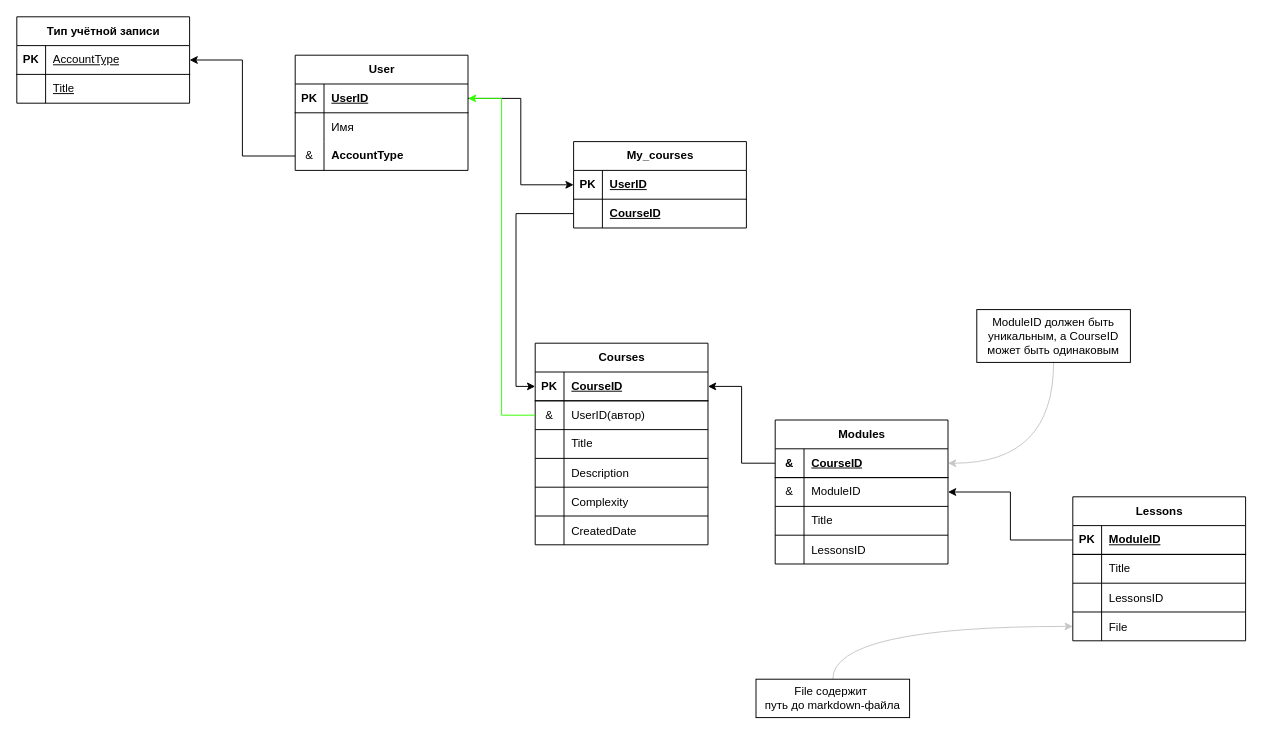
grigoriy-st/YandexLyceum keeps this draw.io diagram as Yandex_lyceum/Python/PyQt_Projects/Gnosi/DB/ER - диаграмма.drawio. Above is the earlier version. Source tidied: cells renumbered, new cells numbered last; positions are measured from the earlier drawing's top-left corner, leaving out a move shared by most shapes. Both pictures are drawn from the tidied source at 96%, with x=0, y=0 at pixel (16, 16).
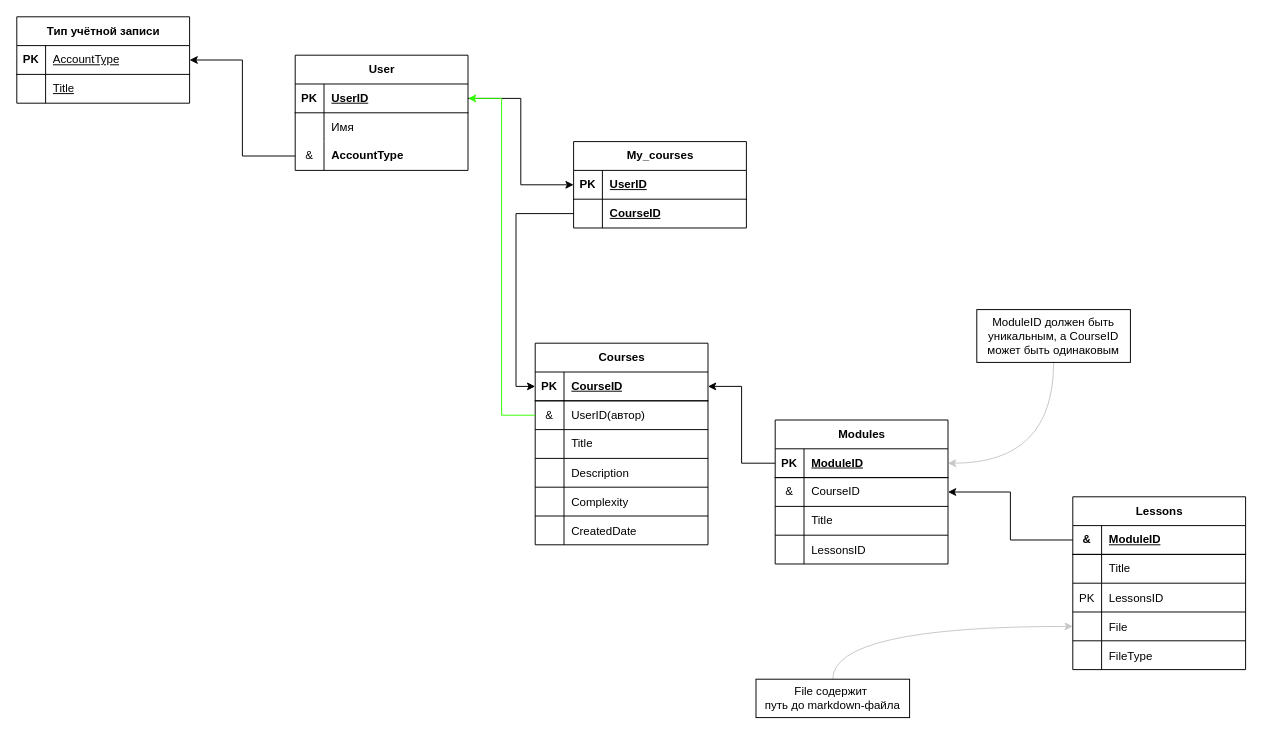
The same diagram, later.

Unchanged cells that the change refers to:
```xml
<mxCell id="50" style="shape=tableRow;horizontal=0;startSize=0;swimlaneHead=0;swimlaneBody=0;fillColor=none;points=[[0,0.5],[1,0.5]];portConstraint=eastwest;top=0;left=0;right=0;bottom=1;" parent="49" vertex="1">
  <mxGeometry y="30" width="180" height="30" as="geometry" />
</mxCell>
<mxCell id="53" style="shape=tableRow;horizontal=0;startSize=0;swimlaneHead=0;swimlaneBody=0;fillColor=none;points=[[0,0.5],[1,0.5]];portConstraint=eastwest;top=0;left=0;right=0;bottom=0;" parent="49" vertex="1">
  <mxGeometry y="60" width="180" height="30" as="geometry" />
</mxCell>
<mxCell id="63" style="shape=tableRow;horizontal=0;startSize=0;swimlaneHead=0;swimlaneBody=0;fillColor=none;points=[[0,0.5],[1,0.5]];portConstraint=eastwest;top=0;left=0;right=0;bottom=1;" parent="62" vertex="1">
  <mxGeometry y="30" width="180" height="30" as="geometry" />
</mxCell>
<mxCell id="69" style="shape=tableRow;horizontal=0;startSize=0;swimlaneHead=0;swimlaneBody=0;fillColor=none;top=0;left=0;right=0;bottom=0;" parent="62" vertex="1">
  <mxGeometry y="90" width="180" height="30" as="geometry" />
</mxCell>
```

Change to the diagram source:
```diff
@@
-    <mxCell id="51" value="&amp;amp;" style="shape=partialRectangle;fillColor=none;top=0;left=0;bottom=0;right=0;fontStyle=1;overflow=hidden;whiteSpace=wrap;html=1;" parent="50" vertex="1">
+    <mxCell id="51" value="PK" style="shape=partialRectangle;fillColor=none;top=0;left=0;bottom=0;right=0;fontStyle=1;overflow=hidden;whiteSpace=wrap;html=1;" parent="50" vertex="1">
       <mxGeometry width="30" height="30" as="geometry" />
     </mxCell>
-    <mxCell id="52" value="CourseID" style="shape=partialRectangle;fillColor=none;top=0;left=0;bottom=0;right=0;align=left;spacingLeft=6;fontStyle=5;overflow=hidden;whiteSpace=wrap;html=1;" parent="50" vertex="1">
+    <mxCell id="52" value="ModuleID" style="shape=partialRectangle;fillColor=none;top=0;left=0;bottom=0;right=0;align=left;spacingLeft=6;fontStyle=5;overflow=hidden;whiteSpace=wrap;html=1;" parent="50" vertex="1">
       <mxGeometry x="30" width="150" height="30" as="geometry" />
     </mxCell>
@@
-    <mxCell id="55" value="ModuleID" style="shape=partialRectangle;fillColor=none;top=0;left=0;bottom=0;right=0;align=left;spacingLeft=6;overflow=hidden;whiteSpace=wrap;html=1;" parent="53" vertex="1">
+    <mxCell id="55" value="CourseID" style="shape=partialRectangle;fillColor=none;top=0;left=0;bottom=0;right=0;align=left;spacingLeft=6;overflow=hidden;whiteSpace=wrap;html=1;" parent="53" vertex="1">
       <mxGeometry x="30" width="150" height="30" as="geometry" />
     </mxCell>
@@
     <mxCell id="62" value="Lessons" style="shape=table;startSize=30;childLayout=tableLayout;rowLines=6;fontStyle=1;align=center;html=1;" parent="1" vertex="1">
-      <mxGeometry x="1100" y="500" width="180" height="150" as="geometry" />
+      <mxGeometry x="1100" y="500" width="180" height="180" as="geometry" />
     </mxCell>
@@
-    <mxCell id="64" value="PK" style="shape=partialRectangle;fillColor=none;top=0;left=0;bottom=0;right=0;fontStyle=1;overflow=hidden;whiteSpace=wrap;html=1;" parent="63" vertex="1">
+    <mxCell id="64" value="&amp;amp;" style="shape=partialRectangle;fillColor=none;top=0;left=0;bottom=0;right=0;fontStyle=1;overflow=hidden;whiteSpace=wrap;html=1;" parent="63" vertex="1">
       <mxGeometry width="30" height="30" as="geometry" />
     </mxCell>
@@
-    <mxCell id="70" style="shape=partialRectangle;fillColor=none;top=0;left=0;bottom=0;right=0;overflow=hidden;" parent="69" vertex="1">
+    <mxCell id="70" value="PK" style="shape=partialRectangle;fillColor=none;top=0;left=0;bottom=0;right=0;overflow=hidden;" parent="69" vertex="1">
       <mxGeometry width="30" height="30" as="geometry" />
     </mxCell>
@@
+    <mxCell id="81" style="shape=tableRow;horizontal=0;startSize=0;swimlaneHead=0;swimlaneBody=0;fillColor=none;top=0;left=0;right=0;bottom=0;" parent="62" vertex="1">
+      <mxGeometry y="150" width="180" height="30" as="geometry" />
+    </mxCell>
+    <mxCell id="82" style="shape=partialRectangle;fillColor=none;top=0;left=0;bottom=0;right=0;overflow=hidden;" parent="81" vertex="1">
+      <mxGeometry width="30" height="30" as="geometry" />
+    </mxCell>
+    <mxCell id="83" value="FileType" style="shape=partialRectangle;fillColor=none;top=0;left=0;bottom=0;right=0;align=left;spacingLeft=6;overflow=hidden;" parent="81" vertex="1">
+      <mxGeometry x="30" width="150" height="30" as="geometry" />
+    </mxCell>
```
